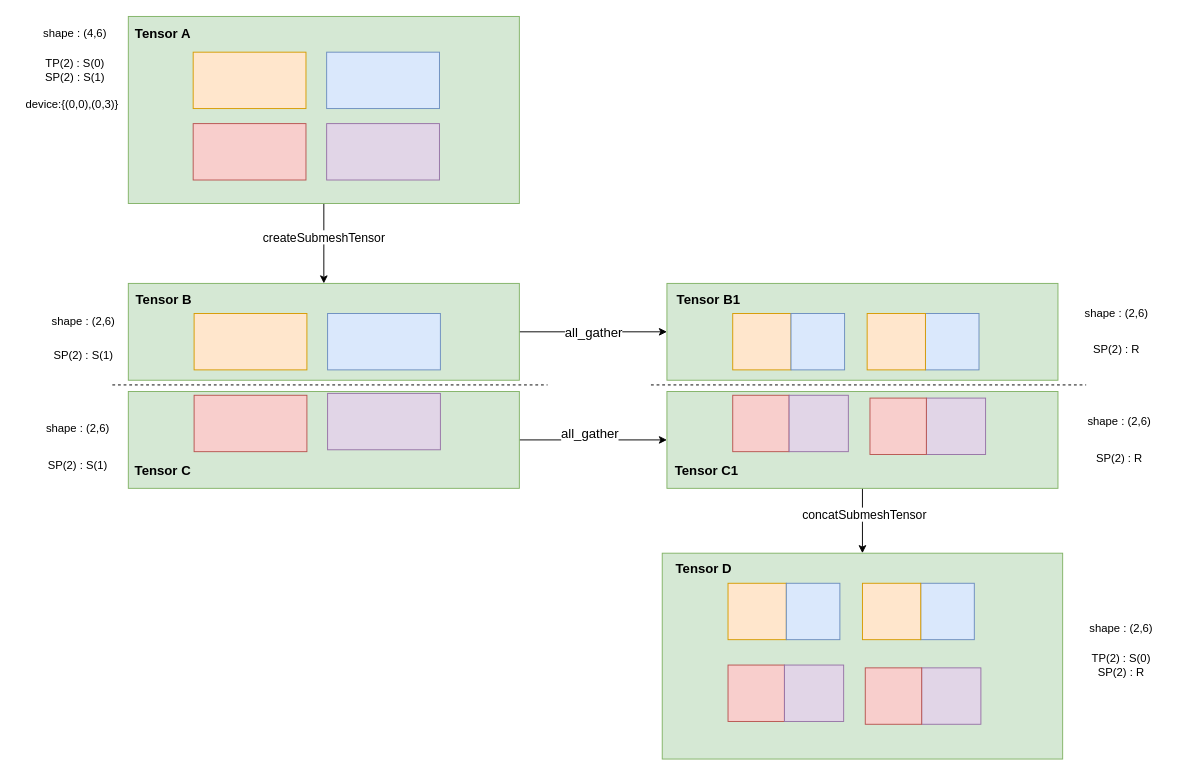
The draw.io diagram taolun1.drawio in QLW7/draw_io, before the edit. Source tidied: cells renumbered, new cells numbered last; positions are measured from the earlier drawing's top-left corner, leaving out a move shared by most shapes. Both pictures are drawn from the tidied source at 94%, with x=0, y=0 at pixel (16, 16).
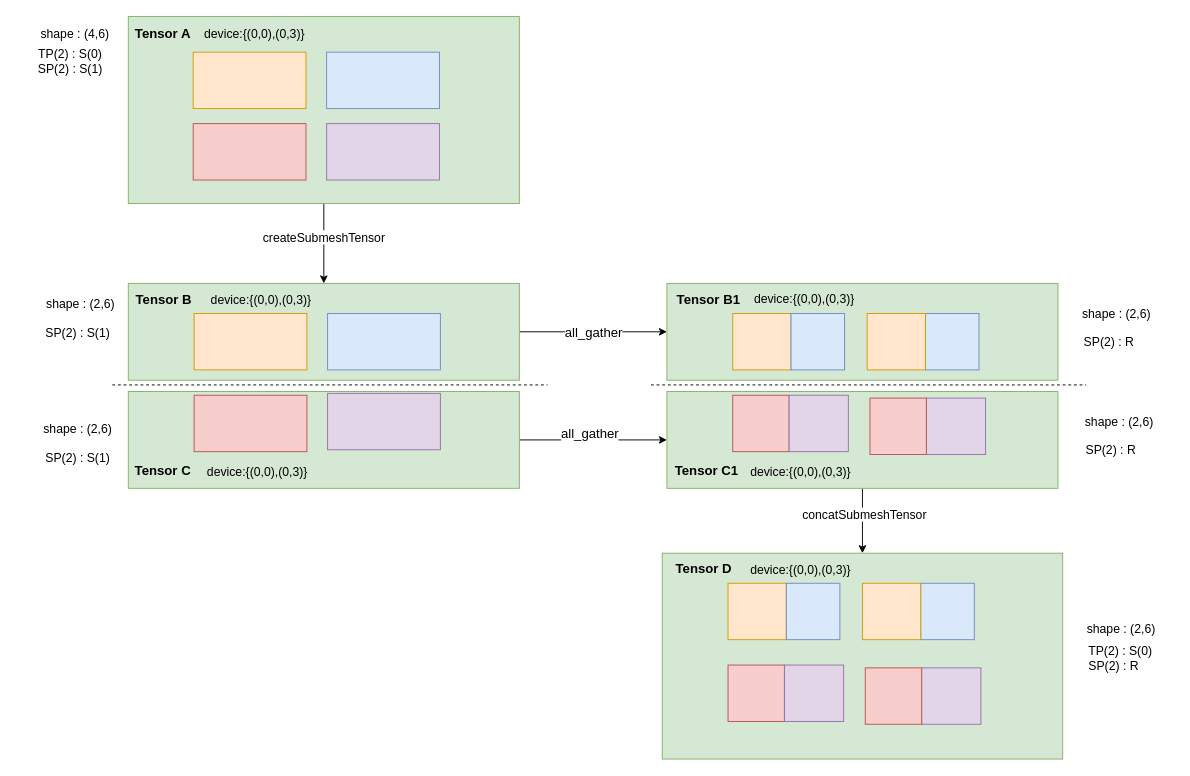
The same diagram, later.

Unchanged cells that the change refers to:
```xml
<mxCell id="16" style="group;" parent="1" vertex="1">
  <mxGeometry x="119" width="416" height="199" as="geometry" />
</mxCell>
```

Change to the diagram source:
```diff
@@
+    <mxCell id="62" value="device:{(0,0),(0,3)}" style="text;html=1;align=center;verticalAlign=middle;strokeColor=none;fillColor=none;fontSize=13;" parent="16" vertex="1">
+      <mxGeometry x="71" y="4" width="125" height="28" as="geometry" />
+    </mxCell>
@@
-    <mxCell id="49" value="shape : (4,6)" style="text;html=1;align=center;verticalAlign=middle;whiteSpace=wrap;rounded=0;" parent="1" vertex="1">
+    <mxCell id="49" value="shape : (4,6)" style="text;html=1;align=center;verticalAlign=middle;whiteSpace=wrap;rounded=0;fontSize=13;" parent="1" vertex="1">
       <mxGeometry x="6" y="3" width="113" height="30" as="geometry" />
     </mxCell>
-    <mxCell id="50" value="TP(2) : S(0)&lt;br&gt;SP(2) : S(1)" style="text;html=1;align=center;verticalAlign=middle;whiteSpace=wrap;rounded=0;" parent="1" vertex="1">
-      <mxGeometry x="6" y="42" width="113" height="30" as="geometry" />
+    <mxCell id="50" value="TP(2) : S(0)&lt;br&gt;SP(2) : S(1)" style="text;html=1;align=center;verticalAlign=middle;whiteSpace=wrap;rounded=0;fontSize=13;" parent="1" vertex="1">
+      <mxGeometry x="1" y="33" width="113" height="30" as="geometry" />
     </mxCell>
-    <mxCell id="51" value="shape : (2,6)" style="text;html=1;align=center;verticalAlign=middle;whiteSpace=wrap;rounded=0;" parent="1" vertex="1">
+    <mxCell id="51" value="shape : (2,6)" style="text;html=1;align=center;verticalAlign=middle;whiteSpace=wrap;rounded=0;fontSize=13;" parent="1" vertex="1">
       <mxGeometry x="1114" y="301" width="113" height="30" as="geometry" />
     </mxCell>
-    <mxCell id="52" value="SP(2) : R" style="text;html=1;align=center;verticalAlign=middle;whiteSpace=wrap;rounded=0;" parent="1" vertex="1">
-      <mxGeometry x="1114" y="340" width="113" height="30" as="geometry" />
+    <mxCell id="52" value="SP(2) : R" style="text;html=1;align=center;verticalAlign=middle;whiteSpace=wrap;rounded=0;fontSize=13;" parent="1" vertex="1">
+      <mxGeometry x="1106" y="331" width="113" height="30" as="geometry" />
     </mxCell>
-    <mxCell id="53" value="shape : (2,6)" style="text;html=1;align=center;verticalAlign=middle;whiteSpace=wrap;rounded=0;" parent="1" vertex="1">
+    <mxCell id="53" value="shape : (2,6)" style="text;html=1;align=center;verticalAlign=middle;whiteSpace=wrap;rounded=0;fontSize=13;" parent="1" vertex="1">
       <mxGeometry x="9" y="424" width="113" height="30" as="geometry" />
     </mxCell>
-    <mxCell id="54" value="SP(2) : S(1)" style="text;html=1;align=center;verticalAlign=middle;whiteSpace=wrap;rounded=0;" parent="1" vertex="1">
-      <mxGeometry x="9" y="463" width="113" height="30" as="geometry" />
+    <mxCell id="54" value="SP(2) : S(1)" style="text;html=1;align=center;verticalAlign=middle;whiteSpace=wrap;rounded=0;fontSize=13;" parent="1" vertex="1">
+      <mxGeometry x="9" y="454" width="113" height="30" as="geometry" />
     </mxCell>
-    <mxCell id="55" value="shape : (2,6)" style="text;html=1;align=center;verticalAlign=middle;whiteSpace=wrap;rounded=0;" parent="1" vertex="1">
+    <mxCell id="55" value="shape : (2,6)" style="text;html=1;align=center;verticalAlign=middle;whiteSpace=wrap;rounded=0;fontSize=13;" parent="1" vertex="1">
       <mxGeometry x="1117" y="416" width="113" height="30" as="geometry" />
     </mxCell>
-    <mxCell id="56" value="SP(2) : R" style="text;html=1;align=center;verticalAlign=middle;whiteSpace=wrap;rounded=0;" parent="1" vertex="1">
-      <mxGeometry x="1117" y="455" width="113" height="30" as="geometry" />
+    <mxCell id="56" value="SP(2) : R" style="text;html=1;align=center;verticalAlign=middle;whiteSpace=wrap;rounded=0;fontSize=13;" parent="1" vertex="1">
+      <mxGeometry x="1108" y="446" width="113" height="30" as="geometry" />
     </mxCell>
-    <mxCell id="57" value="shape : (2,6)" style="text;html=1;align=center;verticalAlign=middle;whiteSpace=wrap;rounded=0;" parent="1" vertex="1">
+    <mxCell id="57" value="shape : (2,6)" style="text;html=1;align=center;verticalAlign=middle;whiteSpace=wrap;rounded=0;fontSize=13;" parent="1" vertex="1">
       <mxGeometry x="1119" y="636" width="113" height="30" as="geometry" />
     </mxCell>
-    <mxCell id="58" value="TP(2) : S(0)&lt;br&gt;SP(2) : R" style="text;html=1;align=center;verticalAlign=middle;whiteSpace=wrap;rounded=0;" parent="1" vertex="1">
-      <mxGeometry x="1119" y="675" width="113" height="30" as="geometry" />
+    <mxCell id="58" value="&amp;nbsp; &amp;nbsp; TP(2) : S(0)&lt;br&gt;SP(2) : R" style="text;html=1;align=center;verticalAlign=middle;whiteSpace=wrap;rounded=0;fontSize=13;" parent="1" vertex="1">
+      <mxGeometry x="1111" y="668" width="113" height="30" as="geometry" />
     </mxCell>
-    <mxCell id="59" value="shape : (2,6)" style="text;html=1;align=center;verticalAlign=middle;whiteSpace=wrap;rounded=0;" parent="1" vertex="1">
-      <mxGeometry x="15" y="310" width="113" height="30" as="geometry" />
+    <mxCell id="59" value="shape : (2,6)" style="text;html=1;align=center;verticalAlign=middle;whiteSpace=wrap;rounded=0;fontSize=13;" parent="1" vertex="1">
+      <mxGeometry x="12" y="291" width="113" height="30" as="geometry" />
     </mxCell>
-    <mxCell id="60" value="SP(2) : S(1)" style="text;html=1;align=center;verticalAlign=middle;whiteSpace=wrap;rounded=0;" parent="1" vertex="1">
-      <mxGeometry x="15" y="346" width="113" height="30" as="geometry" />
+    <mxCell id="60" value="SP(2) : S(1)" style="text;html=1;align=center;verticalAlign=middle;whiteSpace=wrap;rounded=0;fontSize=13;" parent="1" vertex="1">
+      <mxGeometry x="9" y="320.5" width="113" height="30" as="geometry" />
     </mxCell>
-    <mxCell id="61" value="device:{(0,0),(0,3)}" style="text;html=1;align=center;verticalAlign=middle;strokeColor=none;fillColor=none;" parent="1" vertex="1">
-      <mxGeometry y="81" width="117" height="26" as="geometry" />
+    <mxCell id="61" value="device:{(0,0),(0,3)}" style="text;html=1;align=center;verticalAlign=middle;strokeColor=none;fillColor=none;fontSize=13;" parent="1" vertex="1">
+      <mxGeometry x="197" y="287" width="125" height="28" as="geometry" />
     </mxCell>
+    <mxCell id="63" value="device:{(0,0),(0,3)}" style="text;html=1;align=center;verticalAlign=middle;strokeColor=none;fillColor=none;fontSize=13;" parent="1" vertex="1">
+      <mxGeometry x="193" y="469.5" width="125" height="28" as="geometry" />
+    </mxCell>
+    <mxCell id="64" value="device:{(0,0),(0,3)}" style="text;html=1;align=center;verticalAlign=middle;strokeColor=none;fillColor=none;fontSize=13;" parent="1" vertex="1">
+      <mxGeometry x="775" y="286" width="125" height="28" as="geometry" />
+    </mxCell>
+    <mxCell id="65" value="device:{(0,0),(0,3)}" style="text;html=1;align=center;verticalAlign=middle;strokeColor=none;fillColor=none;fontSize=13;" parent="1" vertex="1">
+      <mxGeometry x="771.5" y="469.5" width="125" height="28" as="geometry" />
+    </mxCell>
+    <mxCell id="66" value="device:{(0,0),(0,3)}" style="text;html=1;align=center;verticalAlign=middle;strokeColor=none;fillColor=none;fontSize=13;" parent="1" vertex="1">
+      <mxGeometry x="771.5" y="575" width="125" height="28" as="geometry" />
+    </mxCell>
```
